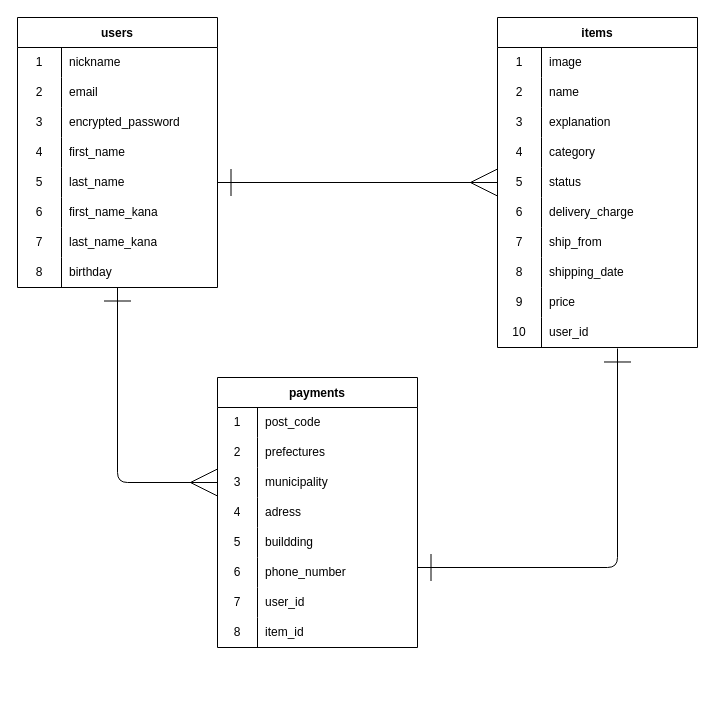
iwataka123/furima-40007 keeps this draw.io diagram as er.dio. Above is the earlier version. Source tidied: cells renumbered, new cells numbered last; positions are measured from the earlier drawing's top-left corner, leaving out a move shared by most shapes. Both pictures are drawn from the tidied source at 100%, with x=0, y=0 at pixel (17, 17).
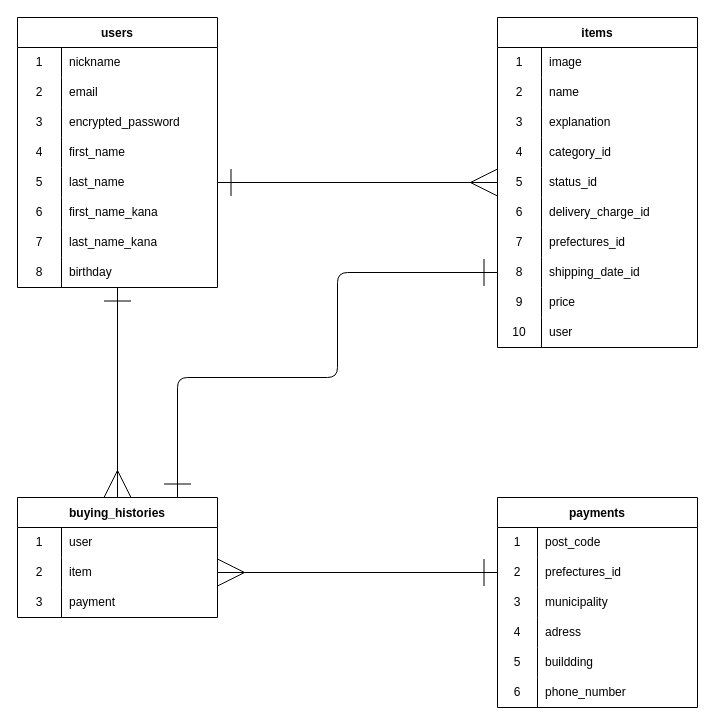
After the change.

Unchanged cells that the change refers to:
```xml
<mxCell id="24" style="shape=tableRow;horizontal=0;startSize=0;swimlaneHead=0;swimlaneBody=0;top=0;left=0;bottom=0;right=0;fillColor=none;points=[[0,0.5],[1,0.5]];portConstraint=eastwest;" parent="2" vertex="1">
  <mxGeometry y="240" width="200" height="30" as="geometry" />
</mxCell>
<mxCell id="37" style="shape=tableRow;horizontal=0;startSize=0;swimlaneHead=0;swimlaneBody=0;top=0;left=0;bottom=0;right=0;fillColor=none;" parent="27" vertex="1">
  <mxGeometry y="120" width="200" height="30" as="geometry" />
</mxCell>
<mxCell id="40" style="shape=tableRow;horizontal=0;startSize=0;swimlaneHead=0;swimlaneBody=0;top=0;left=0;bottom=0;right=0;fillColor=none;points=[[0,0.5],[1,0.5]];portConstraint=eastwest;" parent="27" vertex="1">
  <mxGeometry y="150" width="200" height="30" as="geometry" />
</mxCell>
<mxCell id="43" style="shape=tableRow;horizontal=0;startSize=0;swimlaneHead=0;swimlaneBody=0;top=0;left=0;bottom=0;right=0;fillColor=none;points=[[0,0.5],[1,0.5]];portConstraint=eastwest;" parent="27" vertex="1">
  <mxGeometry y="180" width="200" height="30" as="geometry" />
</mxCell>
<mxCell id="46" style="shape=tableRow;horizontal=0;startSize=0;swimlaneHead=0;swimlaneBody=0;top=0;left=0;bottom=0;right=0;fillColor=none;" parent="27" vertex="1">
  <mxGeometry y="210" width="200" height="30" as="geometry" />
</mxCell>
<mxCell id="49" style="shape=tableRow;horizontal=0;startSize=0;swimlaneHead=0;swimlaneBody=0;top=0;left=0;bottom=0;right=0;fillColor=none;points=[[0,0.5],[1,0.5]];portConstraint=eastwest;" parent="27" vertex="1">
  <mxGeometry y="240" width="200" height="30" as="geometry" />
</mxCell>
<mxCell id="55" style="shape=tableRow;horizontal=0;startSize=0;swimlaneHead=0;swimlaneBody=0;top=0;left=0;bottom=0;right=0;fillColor=none;points=[[0,0.5],[1,0.5]];portConstraint=eastwest;" parent="27" vertex="1">
  <mxGeometry y="300" width="200" height="30" as="geometry" />
</mxCell>
<mxCell id="64" style="shape=tableRow;horizontal=0;startSize=0;swimlaneHead=0;swimlaneBody=0;top=0;left=0;bottom=0;right=0;fillColor=none;points=[[0,0.5],[1,0.5]];portConstraint=eastwest;" parent="60" vertex="1">
  <mxGeometry y="60" width="200" height="30" as="geometry" />
</mxCell>
<mxCell id="67" style="shape=tableRow;horizontal=0;startSize=0;swimlaneHead=0;swimlaneBody=0;top=0;left=0;bottom=0;right=0;fillColor=none;points=[[0,0.5],[1,0.5]];portConstraint=eastwest;" parent="60" vertex="1">
  <mxGeometry y="90" width="200" height="30" as="geometry" />
</mxCell>
```

The edit, as a diff of the source:
```diff
@@
-    <mxCell id="39" value="category" style="shape=partialRectangle;html=1;whiteSpace=wrap;fillColor=none;top=0;left=0;bottom=0;right=0;align=left;spacingLeft=6;overflow=hidden;" parent="37" vertex="1">
+    <mxCell id="39" value="category_id" style="shape=partialRectangle;html=1;whiteSpace=wrap;fillColor=none;top=0;left=0;bottom=0;right=0;align=left;spacingLeft=6;overflow=hidden;" parent="37" vertex="1">
       <mxGeometry x="44" width="156" height="30" as="geometry" />
     </mxCell>
@@
-    <mxCell id="42" value="status" style="shape=partialRectangle;html=1;whiteSpace=wrap;fillColor=none;top=0;left=0;bottom=0;right=0;align=left;spacingLeft=6;overflow=hidden;" parent="40" vertex="1">
+    <mxCell id="42" value="status_id" style="shape=partialRectangle;html=1;whiteSpace=wrap;fillColor=none;top=0;left=0;bottom=0;right=0;align=left;spacingLeft=6;overflow=hidden;" parent="40" vertex="1">
       <mxGeometry x="44" width="156" height="30" as="geometry" />
     </mxCell>
@@
-    <mxCell id="45" value="delivery_charge" style="shape=partialRectangle;html=1;whiteSpace=wrap;fillColor=none;top=0;left=0;bottom=0;right=0;align=left;spacingLeft=6;overflow=hidden;" parent="43" vertex="1">
+    <mxCell id="45" value="delivery_charge_id" style="shape=partialRectangle;html=1;whiteSpace=wrap;fillColor=none;top=0;left=0;bottom=0;right=0;align=left;spacingLeft=6;overflow=hidden;" parent="43" vertex="1">
       <mxGeometry x="44" width="156" height="30" as="geometry" />
     </mxCell>
@@
-    <mxCell id="48" value="ship_from" style="shape=partialRectangle;html=1;whiteSpace=wrap;fillColor=none;top=0;left=0;bottom=0;right=0;align=left;spacingLeft=6;overflow=hidden;" parent="46" vertex="1">
+    <mxCell id="48" value="prefectures_id" style="shape=partialRectangle;html=1;whiteSpace=wrap;fillColor=none;top=0;left=0;bottom=0;right=0;align=left;spacingLeft=6;overflow=hidden;" parent="46" vertex="1">
       <mxGeometry x="44" width="156" height="30" as="geometry" />
     </mxCell>
@@
-    <mxCell id="51" value="shipping_date" style="shape=partialRectangle;html=1;whiteSpace=wrap;fillColor=none;top=0;left=0;bottom=0;right=0;align=left;spacingLeft=6;overflow=hidden;" parent="49" vertex="1">
+    <mxCell id="51" value="shipping_date_id" style="shape=partialRectangle;html=1;whiteSpace=wrap;fillColor=none;top=0;left=0;bottom=0;right=0;align=left;spacingLeft=6;overflow=hidden;" parent="49" vertex="1">
       <mxGeometry x="44" width="156" height="30" as="geometry" />
     </mxCell>
@@
-    <mxCell id="57" value="user_id" style="shape=partialRectangle;html=1;whiteSpace=wrap;fillColor=none;top=0;left=0;bottom=0;right=0;align=left;spacingLeft=6;overflow=hidden;" parent="55" vertex="1">
+    <mxCell id="57" value="user" style="shape=partialRectangle;html=1;whiteSpace=wrap;fillColor=none;top=0;left=0;bottom=0;right=0;align=left;spacingLeft=6;overflow=hidden;" parent="55" vertex="1">
       <mxGeometry x="44" width="156" height="30" as="geometry" />
     </mxCell>
@@
     <mxCell id="60" value="payments" style="shape=table;startSize=30;childLayout=tableLayout;rowLines=0;fontStyle=1;" parent="1" vertex="1">
-      <mxGeometry x="200" y="360" width="200" height="270" as="geometry" />
+      <mxGeometry x="480" y="480" width="200" height="210" as="geometry" />
     </mxCell>
@@
-    <mxCell id="66" value="prefectures" style="shape=partialRectangle;html=1;whiteSpace=wrap;fillColor=none;top=0;left=0;bottom=0;right=0;align=left;spacingLeft=6;overflow=hidden;" parent="64" vertex="1">
+    <mxCell id="66" value="prefectures_id" style="shape=partialRectangle;html=1;whiteSpace=wrap;fillColor=none;top=0;left=0;bottom=0;right=0;align=left;spacingLeft=6;overflow=hidden;" parent="64" vertex="1">
       <mxGeometry x="40" width="160" height="30" as="geometry" />
     </mxCell>
@@
-    <mxCell id="79" style="shape=tableRow;horizontal=0;startSize=0;swimlaneHead=0;swimlaneBody=0;top=0;left=0;bottom=0;right=0;fillColor=none;" parent="60" vertex="1">
-      <mxGeometry y="210" width="200" height="30" as="geometry" />
-    </mxCell>
-    <mxCell id="80" value="7" style="shape=partialRectangle;html=1;whiteSpace=wrap;fillColor=none;top=0;left=0;bottom=0;right=0;overflow=hidden;" parent="79" vertex="1">
-      <mxGeometry width="40" height="30" as="geometry" />
-    </mxCell>
-    <mxCell id="81" value="user_id" style="shape=partialRectangle;html=1;whiteSpace=wrap;fillColor=none;top=0;left=0;bottom=0;right=0;align=left;spacingLeft=6;overflow=hidden;" parent="79" vertex="1">
-      <mxGeometry x="40" width="160" height="30" as="geometry" />
-    </mxCell>
-    <mxCell id="82" style="shape=tableRow;horizontal=0;startSize=0;swimlaneHead=0;swimlaneBody=0;top=0;left=0;bottom=0;right=0;fillColor=none;" parent="60" vertex="1">
-      <mxGeometry y="240" width="200" height="30" as="geometry" />
-    </mxCell>
-    <mxCell id="83" value="8" style="shape=partialRectangle;html=1;whiteSpace=wrap;fillColor=none;top=0;left=0;bottom=0;right=0;overflow=hidden;" parent="82" vertex="1">
-      <mxGeometry width="40" height="30" as="geometry" />
-    </mxCell>
-    <mxCell id="84" value="item_id" style="shape=partialRectangle;html=1;whiteSpace=wrap;fillColor=none;top=0;left=0;bottom=0;right=0;align=left;spacingLeft=6;overflow=hidden;" parent="82" vertex="1">
-      <mxGeometry x="40" width="160" height="30" as="geometry" />
+    <mxCell id="84" value="buying_histories" style="shape=table;startSize=30;childLayout=tableLayout;rowLines=0;fontStyle=1;" parent="1" vertex="1">
+      <mxGeometry y="480" width="200" height="120" as="geometry" />
     </mxCell>
-    <mxCell id="85" style="edgeStyle=none;html=1;endArrow=ERmany;endFill=0;strokeWidth=1;endSize=25;entryX=0;entryY=0.5;entryDx=0;entryDy=0;startArrow=ERone;startFill=0;startSize=25;" parent="1" edge="1" source="24" target="67">
-      <mxGeometry relative="1" as="geometry">
-        <Array as="points">
-          <mxPoint x="100" y="465" />
-        </Array>
-      </mxGeometry>
-    </mxCell>
-    <mxCell id="86" style="edgeStyle=none;html=1;exitX=1;exitY=0.5;exitDx=0;exitDy=0;endArrow=ERone;endFill=0;strokeWidth=1;endSize=25;startArrow=ERone;startFill=0;startSize=25;entryX=0.6;entryY=1.033;entryDx=0;entryDy=0;entryPerimeter=0;" parent="1" edge="1" target="55">
-      <mxGeometry relative="1" as="geometry">
-        <mxPoint x="400" y="550" as="sourcePoint" />
-        <Array as="points">
-          <mxPoint x="600" y="550" />
-        </Array>
-      </mxGeometry>
-    </mxCell>
+    <mxCell id="87" style="shape=tableRow;horizontal=0;startSize=0;swimlaneHead=0;swimlaneBody=0;top=0;left=0;bottom=0;right=0;fillColor=none;" parent="84" vertex="1">
+      <mxGeometry y="30" width="200" height="30" as="geometry" />
+    </mxCell>
+    <mxCell id="88" value="1" style="shape=partialRectangle;html=1;whiteSpace=wrap;fillColor=none;top=0;left=0;bottom=0;right=0;overflow=hidden;" parent="87" vertex="1">
+      <mxGeometry width="44" height="30" as="geometry" />
+    </mxCell>
+    <mxCell id="89" value="user" style="shape=partialRectangle;html=1;whiteSpace=wrap;fillColor=none;top=0;left=0;bottom=0;right=0;align=left;spacingLeft=6;overflow=hidden;" parent="87" vertex="1">
+      <mxGeometry x="44" width="156" height="30" as="geometry" />
+    </mxCell>
+    <mxCell id="90" style="shape=tableRow;horizontal=0;startSize=0;swimlaneHead=0;swimlaneBody=0;top=0;left=0;bottom=0;right=0;fillColor=none;points=[[0,0.5],[1,0.5]];portConstraint=eastwest;" parent="84" vertex="1">
+      <mxGeometry y="60" width="200" height="30" as="geometry" />
+    </mxCell>
+    <mxCell id="91" value="2" style="shape=partialRectangle;html=1;whiteSpace=wrap;fillColor=none;top=0;left=0;bottom=0;right=0;overflow=hidden;" parent="90" vertex="1">
+      <mxGeometry width="44" height="30" as="geometry" />
+    </mxCell>
+    <mxCell id="92" value="item" style="shape=partialRectangle;html=1;whiteSpace=wrap;fillColor=none;top=0;left=0;bottom=0;right=0;align=left;spacingLeft=6;overflow=hidden;" parent="90" vertex="1">
+      <mxGeometry x="44" width="156" height="30" as="geometry" />
+    </mxCell>
+    <mxCell id="93" style="shape=tableRow;horizontal=0;startSize=0;swimlaneHead=0;swimlaneBody=0;top=0;left=0;bottom=0;right=0;fillColor=none;" parent="84" vertex="1">
+      <mxGeometry y="90" width="200" height="30" as="geometry" />
+    </mxCell>
+    <mxCell id="94" value="3" style="shape=partialRectangle;html=1;whiteSpace=wrap;fillColor=none;top=0;left=0;bottom=0;right=0;overflow=hidden;" parent="93" vertex="1">
+      <mxGeometry width="44" height="30" as="geometry" />
+    </mxCell>
+    <mxCell id="95" value="payment" style="shape=partialRectangle;html=1;whiteSpace=wrap;fillColor=none;top=0;left=0;bottom=0;right=0;align=left;spacingLeft=6;overflow=hidden;" parent="93" vertex="1">
+      <mxGeometry x="44" width="156" height="30" as="geometry" />
+    </mxCell>
+    <mxCell id="96" style="edgeStyle=none;html=1;endArrow=ERmany;endFill=0;strokeWidth=1;endSize=25;startArrow=ERone;startFill=0;startSize=25;" parent="1" edge="1" source="24">
+      <mxGeometry relative="1" as="geometry">
+        <mxPoint x="100" y="480" as="targetPoint" />
+      </mxGeometry>
+    </mxCell>
+    <mxCell id="97" style="edgeStyle=none;html=1;endArrow=ERone;endFill=0;strokeWidth=1;endSize=25;startArrow=ERone;startFill=0;startSize=25;exitX=0;exitY=0.5;exitDx=0;exitDy=0;" parent="1" edge="1" source="49">
+      <mxGeometry relative="1" as="geometry">
+        <mxPoint x="160" y="480" as="targetPoint" />
+        <Array as="points">
+          <mxPoint x="320" y="255" />
+          <mxPoint x="320" y="360" />
+          <mxPoint x="160" y="360" />
+        </Array>
+      </mxGeometry>
+    </mxCell>
+    <mxCell id="98" style="edgeStyle=none;html=1;exitX=0;exitY=0.5;exitDx=0;exitDy=0;endArrow=ERmany;endFill=0;strokeWidth=1;endSize=25;startArrow=ERone;startFill=0;startSize=25;entryX=1;entryY=0.5;entryDx=0;entryDy=0;" parent="1" edge="1" source="64" target="90">
+      <mxGeometry relative="1" as="geometry" />
+    </mxCell>
```
